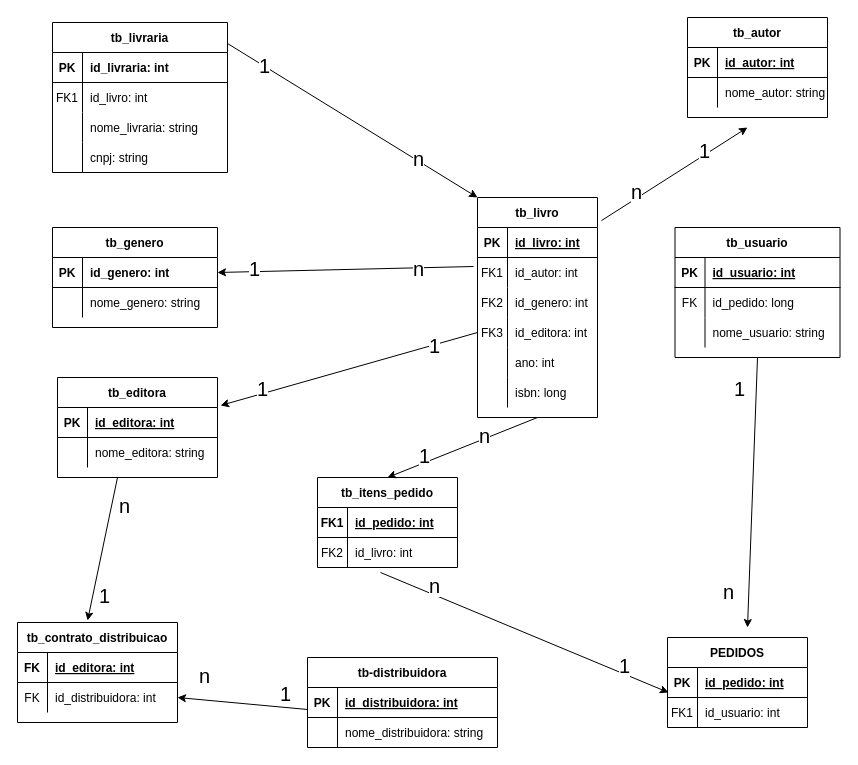
Above: bdr_aula02_ex02.drawio in adrianopspadilha/BDR-W (draw.io), before the change. Source tidied: cells renumbered, new cells numbered last; positions are measured from the earlier drawing's top-left corner, leaving out a move shared by most shapes. Both pictures are drawn from the tidied source at 100%, with x=0, y=0 at pixel (17, 17).
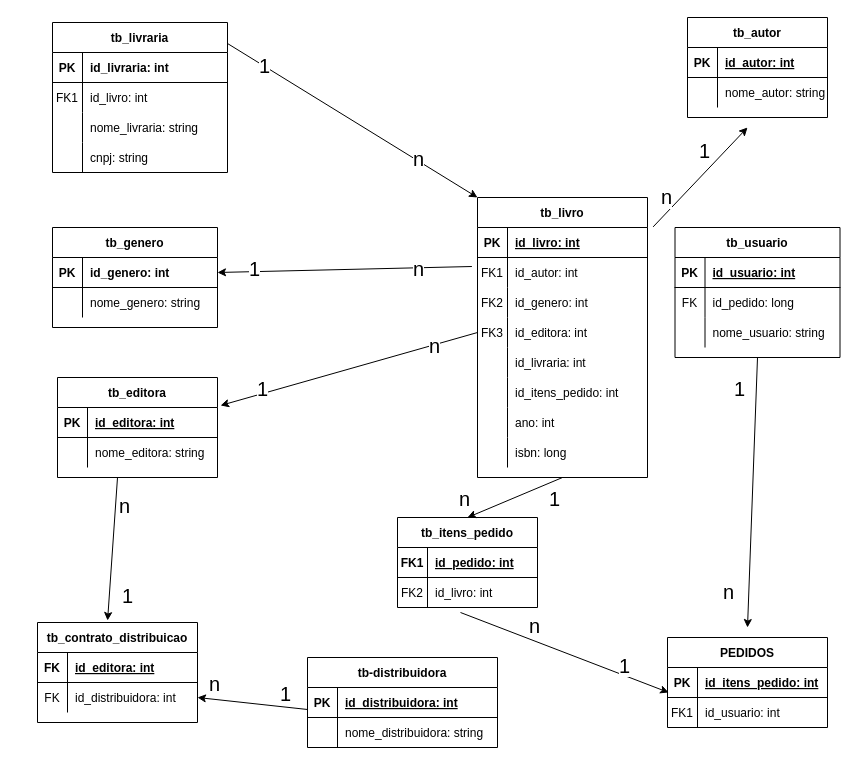
The same diagram, later.

What changed in the source:
```diff
@@
     <mxCell id="2" value="tb_livro" style="shape=table;startSize=30;childLayout=tableLayout;rowLines=0;fontStyle=1;align=center;" parent="1" vertex="1">
-      <mxGeometry x="460" y="180" width="120" height="220" as="geometry" />
+      <mxGeometry x="460" y="180" width="170" height="280" as="geometry" />
     </mxCell>
     <mxCell id="3" style="shape=partialRectangle;fillColor=none;top=0;left=0;right=0;bottom=1;" parent="2" vertex="1">
-      <mxGeometry y="30" width="120" height="30" as="geometry" />
+      <mxGeometry y="30" width="170" height="30" as="geometry" />
     </mxCell>
@@
     <mxCell id="5" value="id_livro: int" style="shape=partialRectangle;overflow=hidden;fillColor=none;top=0;left=0;bottom=0;right=0;align=left;spacingLeft=6;fontStyle=5;" parent="3" vertex="1">
-      <mxGeometry x="30" width="90" height="30" as="geometry" />
+      <mxGeometry x="30" width="140" height="30" as="geometry" />
     </mxCell>
     <mxCell id="6" style="shape=partialRectangle;fillColor=none;points=[[0,0.5],[1,0.5]];portConstraint=eastwest;top=0;left=0;right=0;bottom=0;" parent="2" vertex="1">
-      <mxGeometry y="60" width="120" height="30" as="geometry" />
+      <mxGeometry y="60" width="170" height="30" as="geometry" />
     </mxCell>
@@
     <mxCell id="8" value="id_autor: int" style="shape=partialRectangle;overflow=hidden;fillColor=none;top=0;left=0;bottom=0;right=0;align=left;spacingLeft=6;" parent="6" vertex="1">
-      <mxGeometry x="30" width="90" height="30" as="geometry" />
+      <mxGeometry x="30" width="140" height="30" as="geometry" />
     </mxCell>
     <mxCell id="9" style="shape=partialRectangle;fillColor=none;top=0;left=0;right=0;bottom=0;" parent="2" vertex="1">
-      <mxGeometry y="90" width="120" height="30" as="geometry" />
+      <mxGeometry y="90" width="170" height="30" as="geometry" />
     </mxCell>
@@
     <mxCell id="11" value="id_genero: int" style="shape=partialRectangle;overflow=hidden;fillColor=none;top=0;left=0;bottom=0;right=0;align=left;spacingLeft=6;" parent="9" vertex="1">
-      <mxGeometry x="30" width="90" height="30" as="geometry" />
+      <mxGeometry x="30" width="140" height="30" as="geometry" />
     </mxCell>
     <mxCell id="12" style="shape=partialRectangle;fillColor=none;points=[[0,0.5],[1,0.5]];portConstraint=eastwest;top=0;left=0;right=0;bottom=0;" parent="2" vertex="1">
-      <mxGeometry y="120" width="120" height="30" as="geometry" />
+      <mxGeometry y="120" width="170" height="30" as="geometry" />
     </mxCell>
@@
     <mxCell id="14" value="id_editora: int" style="shape=partialRectangle;overflow=hidden;fillColor=none;top=0;left=0;bottom=0;right=0;align=left;spacingLeft=6;" parent="12" vertex="1">
-      <mxGeometry x="30" width="90" height="30" as="geometry" />
+      <mxGeometry x="30" width="140" height="30" as="geometry" />
     </mxCell>
     <mxCell id="15" style="shape=partialRectangle;fillColor=none;top=0;left=0;right=0;bottom=0;" parent="2" vertex="1">
-      <mxGeometry y="150" width="120" height="30" as="geometry" />
+      <mxGeometry y="150" width="170" height="30" as="geometry" />
     </mxCell>
@@
     <mxCell id="17" style="shape=partialRectangle;overflow=hidden;fillColor=none;top=0;left=0;bottom=0;right=0;align=left;spacingLeft=6;" parent="15" vertex="1">
-      <mxGeometry x="30" width="90" height="30" as="geometry" />
+      <mxGeometry x="30" width="140" height="30" as="geometry" />
     </mxCell>
     <mxCell id="18" style="shape=partialRectangle;fillColor=none;top=0;left=0;right=0;bottom=0;" parent="2" vertex="1">
-      <mxGeometry y="180" width="120" height="30" as="geometry" />
+      <mxGeometry y="180" width="170" height="30" as="geometry" />
     </mxCell>
@@
-    <mxCell id="20" value="isbn: long" style="shape=partialRectangle;overflow=hidden;fillColor=none;top=0;left=0;bottom=0;right=0;align=left;spacingLeft=6;" parent="18" vertex="1">
-      <mxGeometry x="30" width="90" height="30" as="geometry" />
+    <mxCell id="20" value="id_itens_pedido: int" style="shape=partialRectangle;overflow=hidden;fillColor=none;top=0;left=0;bottom=0;right=0;align=left;spacingLeft=6;" parent="18" vertex="1">
+      <mxGeometry x="30" width="140" height="30" as="geometry" />
     </mxCell>
+    <mxCell id="121" style="shape=partialRectangle;fillColor=none;top=0;left=0;right=0;bottom=0;" parent="2" vertex="1">
+      <mxGeometry y="210" width="170" height="30" as="geometry" />
+    </mxCell>
+    <mxCell id="122" style="shape=partialRectangle;overflow=hidden;fillColor=none;top=0;left=0;bottom=0;right=0;" parent="121" vertex="1">
+      <mxGeometry width="30" height="30" as="geometry" />
+    </mxCell>
+    <mxCell id="123" value="ano: int" style="shape=partialRectangle;overflow=hidden;fillColor=none;top=0;left=0;bottom=0;right=0;align=left;spacingLeft=6;" parent="121" vertex="1">
+      <mxGeometry x="30" width="140" height="30" as="geometry" />
+    </mxCell>
+    <mxCell id="124" style="shape=partialRectangle;fillColor=none;top=0;left=0;right=0;bottom=0;" parent="2" vertex="1">
+      <mxGeometry y="240" width="170" height="30" as="geometry" />
+    </mxCell>
+    <mxCell id="125" style="shape=partialRectangle;overflow=hidden;fillColor=none;top=0;left=0;bottom=0;right=0;" parent="124" vertex="1">
+      <mxGeometry width="30" height="30" as="geometry" />
+    </mxCell>
+    <mxCell id="126" value="isbn: long" style="shape=partialRectangle;overflow=hidden;fillColor=none;top=0;left=0;bottom=0;right=0;align=left;spacingLeft=6;" parent="124" vertex="1">
+      <mxGeometry x="30" width="140" height="30" as="geometry" />
+    </mxCell>
@@
     <mxCell id="42" value="PEDIDOS" style="shape=table;startSize=30;childLayout=tableLayout;rowLines=0;fontStyle=1;align=center;" parent="1" vertex="1">
-      <mxGeometry x="650" y="620" width="140" height="90" as="geometry" />
+      <mxGeometry x="650" y="620" width="160" height="90" as="geometry" />
     </mxCell>
     <mxCell id="43" style="shape=partialRectangle;fillColor=none;points=[[0,0.5],[1,0.5]];portConstraint=eastwest;top=0;left=0;right=0;bottom=1;" parent="42" vertex="1">
-      <mxGeometry y="30" width="140" height="30" as="geometry" />
+      <mxGeometry y="30" width="160" height="30" as="geometry" />
     </mxCell>
@@
-    <mxCell id="45" value="id_pedido: int" style="shape=partialRectangle;overflow=hidden;fillColor=none;top=0;left=0;bottom=0;right=0;align=left;spacingLeft=6;fontStyle=5;" parent="43" vertex="1">
-      <mxGeometry x="30" width="110" height="30" as="geometry" />
+    <mxCell id="45" value="id_itens_pedido: int" style="shape=partialRectangle;overflow=hidden;fillColor=none;top=0;left=0;bottom=0;right=0;align=left;spacingLeft=6;fontStyle=5;" parent="43" vertex="1">
+      <mxGeometry x="30" width="130" height="30" as="geometry" />
     </mxCell>
     <mxCell id="46" style="shape=partialRectangle;fillColor=none;top=0;left=0;right=0;bottom=0;" parent="42" vertex="1">
-      <mxGeometry y="60" width="140" height="30" as="geometry" />
+      <mxGeometry y="60" width="160" height="30" as="geometry" />
     </mxCell>
@@
     <mxCell id="48" value="id_usuario: int" style="shape=partialRectangle;overflow=hidden;fillColor=none;top=0;left=0;bottom=0;right=0;align=left;spacingLeft=6;" parent="46" vertex="1">
-      <mxGeometry x="30" width="110" height="30" as="geometry" />
+      <mxGeometry x="30" width="130" height="30" as="geometry" />
     </mxCell>
@@
-    <mxCell id="59" value="ano: int" style="shape=partialRectangle;overflow=hidden;fillColor=none;top=0;left=0;bottom=0;right=0;align=left;spacingLeft=6;" parent="1" vertex="1">
+    <mxCell id="59" value="id_livraria: int" style="shape=partialRectangle;overflow=hidden;fillColor=none;top=0;left=0;bottom=0;right=0;align=left;spacingLeft=6;" parent="1" vertex="1">
       <mxGeometry x="490" y="330" width="220" height="30" as="geometry" />
     </mxCell>
@@
     <mxCell id="80" value="tb_itens_pedido" style="shape=table;startSize=30;childLayout=tableLayout;rowLines=0;fontStyle=1;align=center;" parent="1" vertex="1">
-      <mxGeometry x="300" y="460" width="140" height="90" as="geometry" />
+      <mxGeometry x="380" y="500" width="140" height="90" as="geometry" />
     </mxCell>
@@
     <mxCell id="93" value="n" style="edgeLabel;html=1;align=center;verticalAlign=middle;fontSize=20;" parent="1" vertex="1">
-      <mxGeometry x="410" y="150" as="geometry">
+      <mxGeometry x="440" y="155" as="geometry">
         <mxPoint x="208" y="23" as="offset" />
       </mxGeometry>
     </mxCell>
@@
-    <mxCell id="97" value="&lt;span style=&quot;color: rgb(0, 0, 0); font-family: Helvetica; font-size: 20px; font-style: normal; font-variant-ligatures: normal; font-variant-caps: normal; font-weight: 400; letter-spacing: normal; orphans: 2; text-align: center; text-indent: 0px; text-transform: none; widows: 2; word-spacing: 0px; -webkit-text-stroke-width: 0px; background-color: rgb(255, 255, 255); text-decoration-thickness: initial; text-decoration-style: initial; text-decoration-color: initial; float: none; display: inline !important;&quot;&gt;1&lt;/span&gt;" style="text;whiteSpace=wrap;html=1;" parent="1" vertex="1">
+    <mxCell id="97" value="&lt;span style=&quot;color: rgb(0, 0, 0); font-family: Helvetica; font-size: 20px; font-style: normal; font-variant-ligatures: normal; font-variant-caps: normal; font-weight: 400; letter-spacing: normal; orphans: 2; text-align: center; text-indent: 0px; text-transform: none; widows: 2; word-spacing: 0px; -webkit-text-stroke-width: 0px; background-color: rgb(255, 255, 255); text-decoration-thickness: initial; text-decoration-style: initial; text-decoration-color: initial; float: none; display: inline !important;&quot;&gt;n&lt;/span&gt;" style="text;whiteSpace=wrap;html=1;" parent="1" vertex="1">
       <mxGeometry x="410" y="310" width="10.3" height="35" as="geometry" />
     </mxCell>
@@
     <mxCell id="107" value="tb_contrato_distribuicao" style="shape=table;startSize=30;childLayout=tableLayout;rowLines=0;fontStyle=1;align=center;" parent="1" vertex="1">
-      <mxGeometry y="605" width="160" height="100" as="geometry" />
+      <mxGeometry x="20" y="605" width="160" height="100" as="geometry" />
     </mxCell>
@@
-    <mxCell id="115" value="&lt;span style=&quot;color: rgb(0, 0, 0); font-family: Helvetica; font-size: 20px; font-style: normal; font-variant-ligatures: normal; font-variant-caps: normal; font-weight: 400; letter-spacing: normal; orphans: 2; text-align: center; text-indent: 0px; text-transform: none; widows: 2; word-spacing: 0px; -webkit-text-stroke-width: 0px; background-color: rgb(255, 255, 255); text-decoration-thickness: initial; text-decoration-style: initial; text-decoration-color: initial; float: none; display: inline !important;&quot;&gt;n&lt;/span&gt;" style="text;whiteSpace=wrap;html=1;" parent="1" vertex="1">
-      <mxGeometry x="460" y="400" width="40" height="50" as="geometry" />
+    <mxCell id="115" value="&lt;span style=&quot;color: rgb(0, 0, 0); font-family: Helvetica; font-size: 20px; font-style: normal; font-variant-ligatures: normal; font-variant-caps: normal; font-weight: 400; letter-spacing: normal; orphans: 2; text-align: center; text-indent: 0px; text-transform: none; widows: 2; word-spacing: 0px; -webkit-text-stroke-width: 0px; background-color: rgb(255, 255, 255); text-decoration-thickness: initial; text-decoration-style: initial; text-decoration-color: initial; float: none; display: inline !important;&quot;&gt;1&lt;/span&gt;" style="text;whiteSpace=wrap;html=1;" parent="1" vertex="1">
+      <mxGeometry x="530" y="462.5" width="40" height="50" as="geometry" />
     </mxCell>
@@
     <mxCell id="117" value="&lt;span style=&quot;color: rgb(0, 0, 0); font-family: Helvetica; font-size: 20px; font-style: normal; font-variant-ligatures: normal; font-variant-caps: normal; font-weight: 400; letter-spacing: normal; orphans: 2; text-align: center; text-indent: 0px; text-transform: none; widows: 2; word-spacing: 0px; -webkit-text-stroke-width: 0px; background-color: rgb(255, 255, 255); text-decoration-thickness: initial; text-decoration-style: initial; text-decoration-color: initial; float: none; display: inline !important;&quot;&gt;n&lt;/span&gt;" style="text;whiteSpace=wrap;html=1;" parent="1" vertex="1">
-      <mxGeometry x="410" y="550" width="40" height="50" as="geometry" />
+      <mxGeometry x="510" y="590" width="40" height="50" as="geometry" />
     </mxCell>
-    <mxCell id="118" value="&lt;span style=&quot;color: rgb(0, 0, 0); font-family: Helvetica; font-size: 20px; font-style: normal; font-variant-ligatures: normal; font-variant-caps: normal; font-weight: 400; letter-spacing: normal; orphans: 2; text-align: center; text-indent: 0px; text-transform: none; widows: 2; word-spacing: 0px; -webkit-text-stroke-width: 0px; background-color: rgb(255, 255, 255); text-decoration-thickness: initial; text-decoration-style: initial; text-decoration-color: initial; float: none; display: inline !important;&quot;&gt;1&lt;/span&gt;" style="text;whiteSpace=wrap;html=1;" parent="1" vertex="1">
-      <mxGeometry x="400" y="420" width="40" height="50" as="geometry" />
+    <mxCell id="118" value="&lt;span style=&quot;color: rgb(0, 0, 0); font-family: Helvetica; font-size: 20px; font-style: normal; font-variant-ligatures: normal; font-variant-caps: normal; font-weight: 400; letter-spacing: normal; orphans: 2; text-align: center; text-indent: 0px; text-transform: none; widows: 2; word-spacing: 0px; -webkit-text-stroke-width: 0px; background-color: rgb(255, 255, 255); text-decoration-thickness: initial; text-decoration-style: initial; text-decoration-color: initial; float: none; display: inline !important;&quot;&gt;n&lt;/span&gt;" style="text;whiteSpace=wrap;html=1;" parent="1" vertex="1">
+      <mxGeometry x="440" y="462.5" width="40" height="50" as="geometry" />
     </mxCell>
     <mxCell id="119" value="&lt;div style=&quot;text-align: center;&quot;&gt;&lt;span style=&quot;font-size: 20px; background-color: rgb(255, 255, 255);&quot;&gt;n&lt;/span&gt;&lt;/div&gt;" style="text;whiteSpace=wrap;html=1;" parent="1" vertex="1">
-      <mxGeometry x="180" y="640" width="10.3" height="35" as="geometry" />
+      <mxGeometry x="189.7" y="647.5" width="10.3" height="35" as="geometry" />
     </mxCell>
     <mxCell id="120" value="&lt;span style=&quot;color: rgb(0, 0, 0); font-family: Helvetica; font-size: 20px; font-style: normal; font-variant-ligatures: normal; font-variant-caps: normal; font-weight: 400; letter-spacing: normal; orphans: 2; text-align: center; text-indent: 0px; text-transform: none; widows: 2; word-spacing: 0px; -webkit-text-stroke-width: 0px; background-color: rgb(255, 255, 255); text-decoration-thickness: initial; text-decoration-style: initial; text-decoration-color: initial; float: none; display: inline !important;&quot;&gt;1&lt;/span&gt;" style="text;whiteSpace=wrap;html=1;" parent="1" vertex="1">
-      <mxGeometry x="80" y="560" width="40" height="50" as="geometry" />
+      <mxGeometry x="102.5" y="560" width="40" height="50" as="geometry" />
     </mxCell>
```
